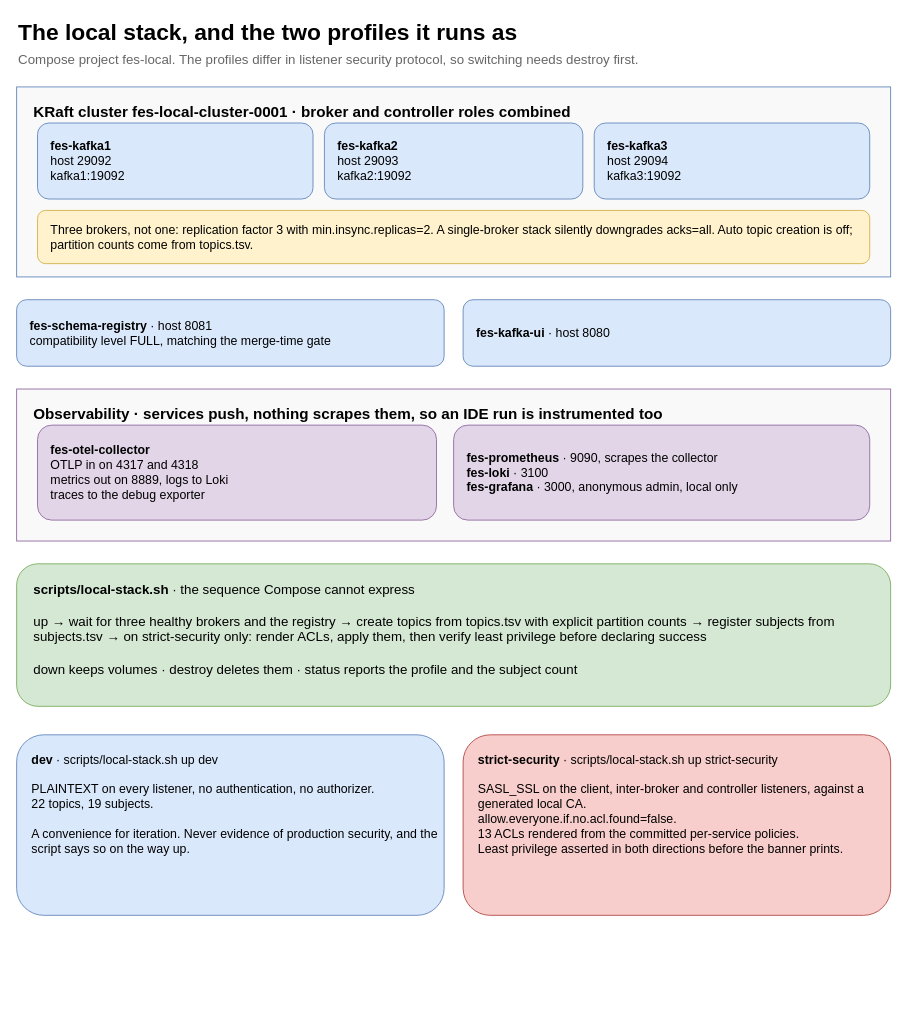
This is guide/docs/diagrams/local-stack.drawio from salgotraja/financial-event-streaming-platform, a draw.io file, before an edit. Source tidied: cells renumbered, new cells numbered last; positions are measured from the earlier drawing's top-left corner, leaving out a move shared by most shapes. Both pictures are drawn from the tidied source at 95%, with x=0, y=0 at pixel (16, 16).
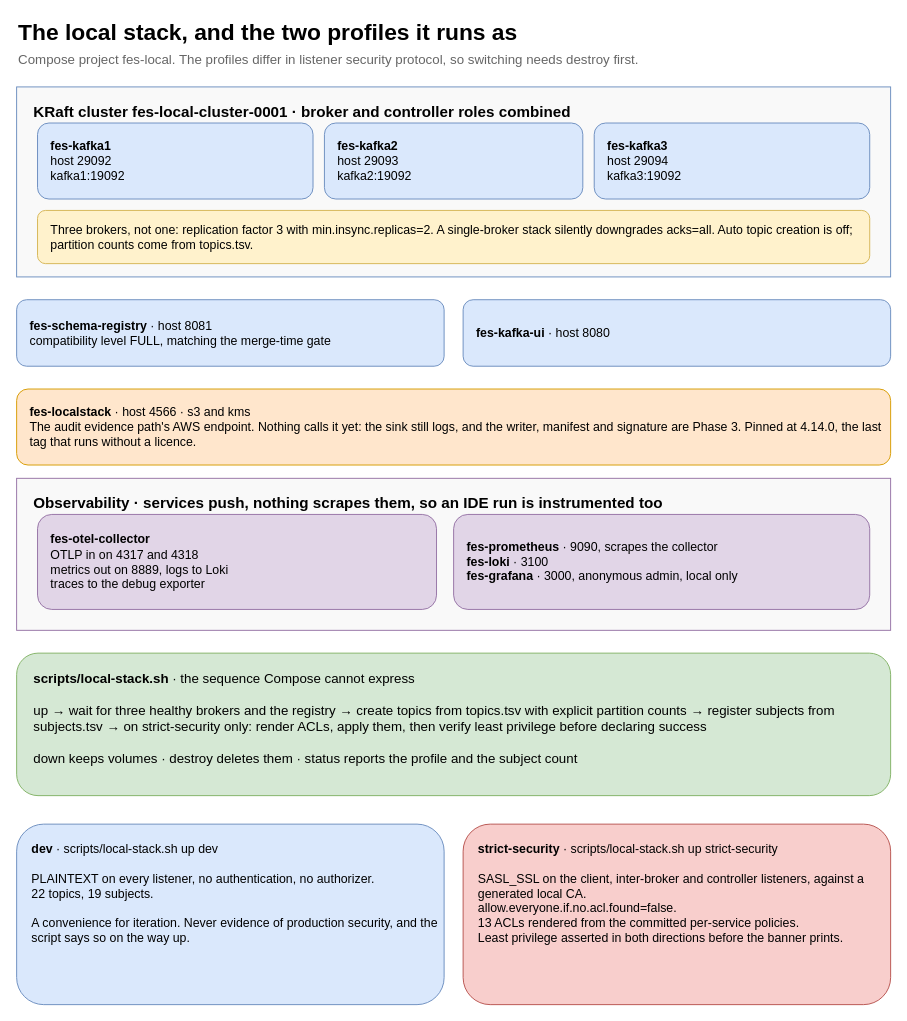
The same page after the edit.

Commit message (it also covers changes not shown here):
feat(local-stack): add localstack s3 and kms for the audit evidence path

The edit, as a diff of the source:
```diff
@@
 <mxGraphModel>
   <root>
     <mxCell id="0" />
     <mxCell id="1" parent="0" />
     <mxCell id="2" value="The local stack, and the two profiles it runs as" style="text;html=1;whiteSpace=wrap;strokeColor=none;fillColor=none;align=left;verticalAlign=middle;fontSize=24;fontStyle=1;" parent="1" vertex="1">
       <mxGeometry width="920" height="34" as="geometry" />
     </mxCell>
     <mxCell id="3" value="Compose project fes-local. The profiles differ in listener security protocol, so switching needs destroy first." style="text;html=1;whiteSpace=wrap;strokeColor=none;fillColor=none;align=left;verticalAlign=middle;fontSize=14;fontColor=#666666;" parent="1" vertex="1">
       <mxGeometry y="34" width="920" height="22" as="geometry" />
     </mxCell>
     <mxCell id="4" value="KRaft cluster fes-local-cluster-0001 · broker and controller roles combined" style="rounded=0;whiteSpace=wrap;html=1;fillColor=#f9f9f9;strokeColor=#6c8ebf;verticalAlign=top;align=left;spacingLeft=16;spacingTop=10;fontSize=16;fontStyle=1;" parent="1" vertex="1">
       <mxGeometry y="74" width="920" height="200" as="geometry" />
     </mxCell>
     <mxCell id="5" value="&lt;b&gt;fes-kafka1&lt;/b&gt;&lt;br&gt;host 29092&lt;br&gt;kafka1:19092" style="rounded=1;whiteSpace=wrap;html=1;fillColor=#dae8fc;strokeColor=#6c8ebf;fontSize=13;align=left;spacingLeft=12;verticalAlign=middle;" parent="1" vertex="1">
       <mxGeometry x="22" y="112" width="290" height="80" as="geometry" />
     </mxCell>
     <mxCell id="6" value="&lt;b&gt;fes-kafka2&lt;/b&gt;&lt;br&gt;host 29093&lt;br&gt;kafka2:19092" style="rounded=1;whiteSpace=wrap;html=1;fillColor=#dae8fc;strokeColor=#6c8ebf;fontSize=13;align=left;spacingLeft=12;verticalAlign=middle;" parent="1" vertex="1">
       <mxGeometry x="324" y="112" width="272" height="80" as="geometry" />
     </mxCell>
     <mxCell id="7" value="&lt;b&gt;fes-kafka3&lt;/b&gt;&lt;br&gt;host 29094&lt;br&gt;kafka3:19092" style="rounded=1;whiteSpace=wrap;html=1;fillColor=#dae8fc;strokeColor=#6c8ebf;fontSize=13;align=left;spacingLeft=12;verticalAlign=middle;" parent="1" vertex="1">
       <mxGeometry x="608" y="112" width="290" height="80" as="geometry" />
     </mxCell>
     <mxCell id="8" value="Three brokers, not one: replication factor 3 with min.insync.replicas=2. A single-broker stack silently downgrades acks=all. Auto topic creation is off; partition counts come from topics.tsv." style="rounded=1;whiteSpace=wrap;html=1;fillColor=#fff2cc;strokeColor=#d6b656;fontSize=13;align=left;spacingLeft=12;verticalAlign=middle;" parent="1" vertex="1">
       <mxGeometry x="22" y="204" width="876" height="56" as="geometry" />
     </mxCell>
     <mxCell id="9" value="&lt;b&gt;fes-schema-registry&lt;/b&gt; · host 8081&lt;br&gt;compatibility level FULL, matching the merge-time gate" style="rounded=1;whiteSpace=wrap;html=1;fillColor=#dae8fc;strokeColor=#6c8ebf;fontSize=13;align=left;spacingLeft=12;verticalAlign=middle;" parent="1" vertex="1">
       <mxGeometry y="298" width="450" height="70" as="geometry" />
     </mxCell>
     <mxCell id="10" value="&lt;b&gt;fes-kafka-ui&lt;/b&gt; · host 8080" style="rounded=1;whiteSpace=wrap;html=1;fillColor=#dae8fc;strokeColor=#6c8ebf;fontSize=13;align=left;spacingLeft=12;verticalAlign=middle;" parent="1" vertex="1">
       <mxGeometry x="470" y="298" width="450" height="70" as="geometry" />
     </mxCell>
+    <mxCell id="17" value="&lt;b&gt;fes-localstack&lt;/b&gt; · host 4566 · s3 and kms&lt;br&gt;The audit evidence path's AWS endpoint. Nothing calls it yet: the sink still logs, and the writer, manifest and signature are Phase 3. Pinned at 4.14.0, the last tag that runs without a licence." style="rounded=1;whiteSpace=wrap;html=1;fillColor=#ffe6cc;strokeColor=#d79b00;fontSize=13;align=left;spacingLeft=12;verticalAlign=middle;" parent="1" vertex="1">
+      <mxGeometry y="392" width="920" height="80" as="geometry" />
+    </mxCell>
     <mxCell id="11" value="Observability · services push, nothing scrapes them, so an IDE run is instrumented too" style="rounded=0;whiteSpace=wrap;html=1;fillColor=#f9f9f9;strokeColor=#9673a6;verticalAlign=top;align=left;spacingLeft=16;spacingTop=10;fontSize=16;fontStyle=1;" parent="1" vertex="1">
-      <mxGeometry y="392" width="920" height="160" as="geometry" />
+      <mxGeometry y="486" width="920" height="160" as="geometry" />
     </mxCell>
     <mxCell id="12" value="&lt;b&gt;fes-otel-collector&lt;/b&gt;&lt;br&gt;OTLP in on 4317 and 4318&lt;br&gt;metrics out on 8889, logs to Loki&lt;br&gt;traces to the debug exporter" style="rounded=1;whiteSpace=wrap;html=1;fillColor=#e1d5e7;strokeColor=#9673a6;fontSize=13;align=left;spacingLeft=12;verticalAlign=middle;" parent="1" vertex="1">
-      <mxGeometry x="22" y="430" width="420" height="100" as="geometry" />
+      <mxGeometry x="22" y="524" width="420" height="100" as="geometry" />
     </mxCell>
     <mxCell id="13" value="&lt;b&gt;fes-prometheus&lt;/b&gt; · 9090, scrapes the collector&lt;br&gt;&lt;b&gt;fes-loki&lt;/b&gt; · 3100&lt;br&gt;&lt;b&gt;fes-grafana&lt;/b&gt; · 3000, anonymous admin, local only" style="rounded=1;whiteSpace=wrap;html=1;fillColor=#e1d5e7;strokeColor=#9673a6;fontSize=13;align=left;spacingLeft=12;verticalAlign=middle;" parent="1" vertex="1">
-      <mxGeometry x="460" y="430" width="438" height="100" as="geometry" />
+      <mxGeometry x="460" y="524" width="438" height="100" as="geometry" />
     </mxCell>
     <mxCell id="14" value="&lt;b&gt;scripts/local-stack.sh&lt;/b&gt; · the sequence Compose cannot express&lt;br&gt;&lt;br&gt;up → wait for three healthy brokers and the registry → create topics from topics.tsv with explicit partition counts → register subjects from subjects.tsv → on strict-security only: render ACLs, apply them, then verify least privilege before declaring success&lt;br&gt;&lt;br&gt;down keeps volumes · destroy deletes them · status reports the profile and the subject count" style="rounded=1;whiteSpace=wrap;html=1;fillColor=#d5e8d4;strokeColor=#82b366;fontSize=14;align=left;spacingLeft=16;verticalAlign=top;spacingTop=12;" parent="1" vertex="1">
-      <mxGeometry y="576" width="920" height="150" as="geometry" />
+      <mxGeometry y="670" width="920" height="150" as="geometry" />
     </mxCell>
     <mxCell id="15" value="&lt;b&gt;dev&lt;/b&gt; · scripts/local-stack.sh up dev&lt;br&gt;&lt;br&gt;PLAINTEXT on every listener, no authentication, no authorizer.&lt;br&gt;22 topics, 19 subjects.&lt;br&gt;&lt;br&gt;A convenience for iteration. Never evidence of production security, and the script says so on the way up." style="rounded=1;whiteSpace=wrap;html=1;fillColor=#dae8fc;strokeColor=#6c8ebf;fontSize=13;align=left;spacingLeft=14;verticalAlign=top;spacingTop=12;" parent="1" vertex="1">
-      <mxGeometry y="756" width="450" height="190" as="geometry" />
+      <mxGeometry y="850" width="450" height="190" as="geometry" />
     </mxCell>
     <mxCell id="16" value="&lt;b&gt;strict-security&lt;/b&gt; · scripts/local-stack.sh up strict-security&lt;br&gt;&lt;br&gt;SASL_SSL on the client, inter-broker and controller listeners, against a generated local CA.&lt;br&gt;allow.everyone.if.no.acl.found=false.&lt;br&gt;13 ACLs rendered from the committed per-service policies.&lt;br&gt;Least privilege asserted in both directions before the banner prints." style="rounded=1;whiteSpace=wrap;html=1;fillColor=#f8cecc;strokeColor=#b85450;fontSize=13;align=left;spacingLeft=14;verticalAlign=top;spacingTop=12;" parent="1" vertex="1">
-      <mxGeometry x="470" y="756" width="450" height="190" as="geometry" />
+      <mxGeometry x="470" y="850" width="450" height="190" as="geometry" />
     </mxCell>
   </root>
 </mxGraphModel>
```
